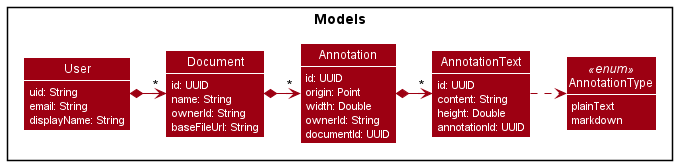
This is docs/diagrams/model-class-diagram.png from Annotato/annotato, a PlantUML export, as it was before one commit.
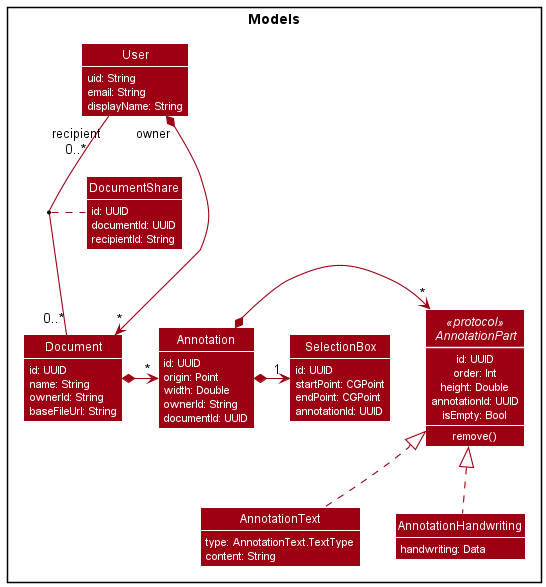
The same file after the commit.

Commit message:
Update model class diagram

The edit, as a diff of the source:
```diff
@@ -26,22 +26,48 @@
         documentId: UUID
     }
 
+    Interface AnnotationPart <<protocol>> {
+        id: UUID
+        order: Int
+        height: Double
+        annotationId: UUID
+        isEmpty: Bool
+        --
+        remove()
+    }
+
     Class AnnotationText {
+        type: AnnotationText.TextType
+        content: String
+    }
+
+    Class AnnotationHandwriting {
+        handwriting: Data
+    }
+
+    Class SelectionBox {
         id: UUID
-        content: String
-        height: Double
+        startPoint: CGPoint
+        endPoint: CGPoint
         annotationId: UUID
     }
 
-    Enum AnnotationType <<enum>> {
-        plainText
-        markdown
+    Class DocumentShare {
+        id: UUID
+        documentId: UUID
+        recipientId: String
     }
+
+    User "owner" *--> "*" Document
+    User "recipient\n0..*" -- "0..*" Document
+    (Document, User) . DocumentShare
+    Document *-> "*" Annotation
+    Annotation *-> "*" AnnotationPart
+    AnnotationHandwriting .up.|> AnnotationPart
+    AnnotationText .up.|> AnnotationPart
+    Annotation *-> "1" SelectionBox
 }
 
-AnnotationText .> AnnotationType
-User *-> "*" Document
-Document *-> "*" Annotation
-Annotation *-> "*" AnnotationText
+
 
 @enduml
```
